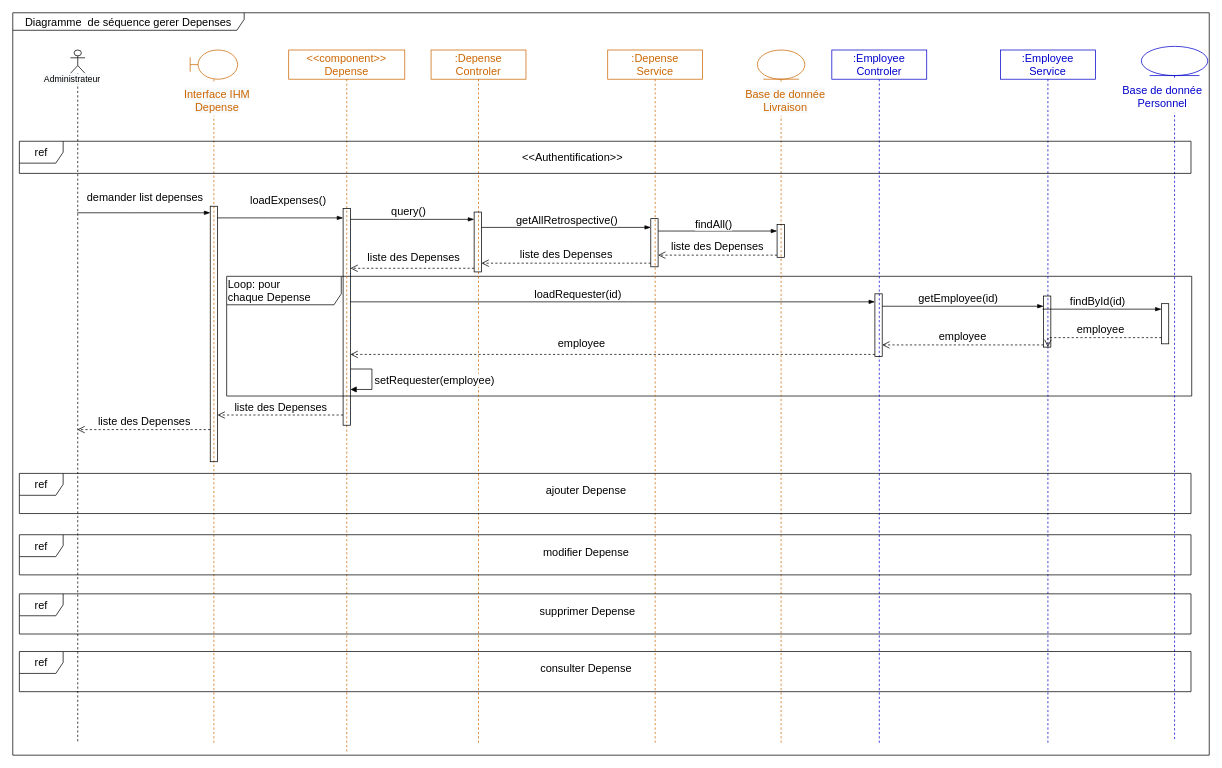
Before: Delivery/ExpensesDiagrammeSequence.drawio in ZidiMedAmine/UML, a draw.io diagram. Source tidied: cells renumbered, new cells numbered last; positions are measured from the earlier drawing's top-left corner, leaving out a move shared by most shapes. Both pictures are drawn from the tidied source at 73%, with x=0, y=0 at pixel (12, 12).
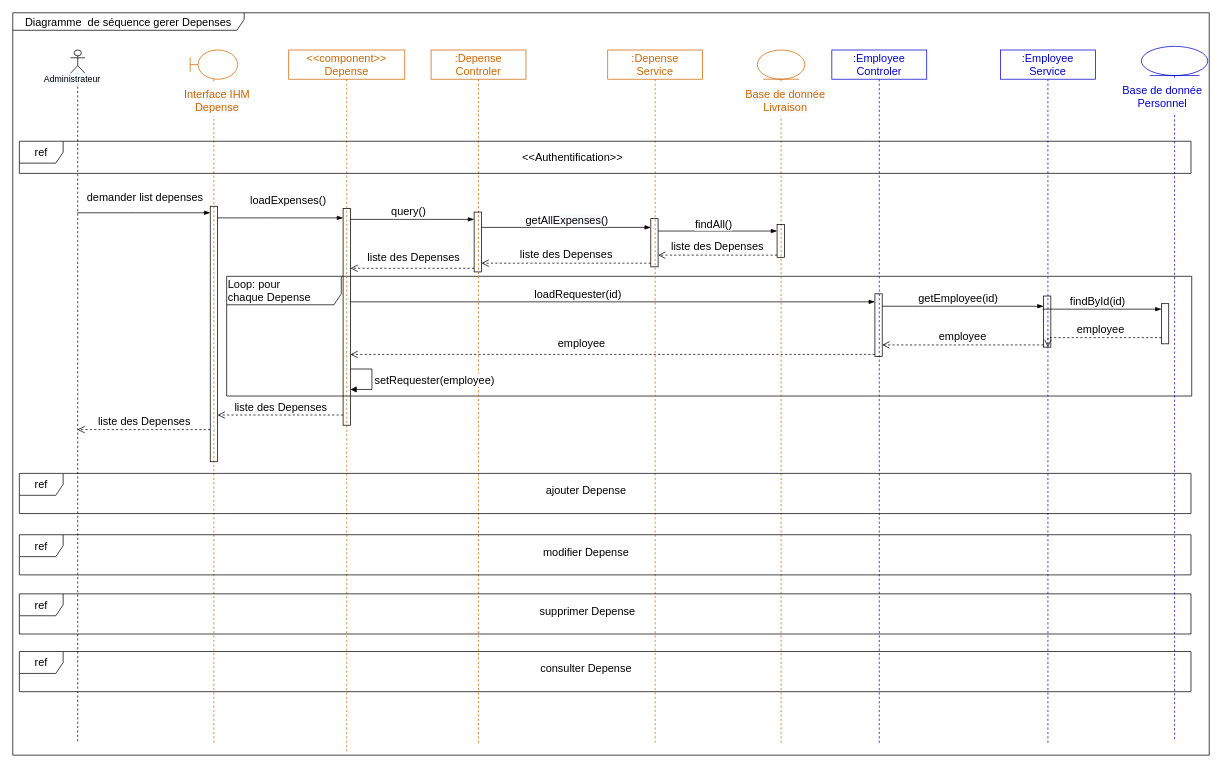
The same diagram, later.

Commit message (it also covers changes not shown here):
Mettre à jour ExpensesDiagrammeSequence.drawio

The change refers to these unchanged cells:
```xml
<mxCell id="27" style="edgeStyle=elbowEdgeStyle;fontSize=12;html=1;endArrow=blockThin;endFill=1;rounded=0;" parent="1" edge="1" source="5" target="9">
  <mxGeometry relative="1" as="geometry">
    <Array as="points">
      <mxPoint x="722" y="294" />
      <mxPoint x="571" y="279" />
      <mxPoint x="496" y="308" />
    </Array>
  </mxGeometry>
</mxCell>
```

What changed in the source:
```diff
@@
-    <mxCell id="28" value="getAllRetrospective()" style="edgeLabel;html=1;align=center;verticalAlign=middle;fontSize=15;" parent="27" vertex="1">
+    <mxCell id="28" value="getAll&lt;span style=&quot;background-color: rgb(248, 249, 250);&quot;&gt;Expenses&lt;/span&gt;()" style="edgeLabel;html=1;align=center;verticalAlign=middle;fontSize=15;" parent="27" vertex="1">
       <mxGeometry x="0.12" relative="1" as="geometry">
         <mxPoint x="-14" y="-11" as="offset" />
       </mxGeometry>
     </mxCell>
```
